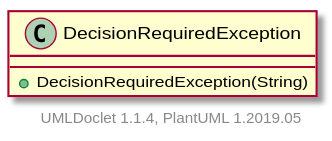
apache/jspwiki-site keeps this PlantUML diagram as apidocs/2.11.0.M8-SNAPSHOT/org/apache/wiki/workflow/DecisionRequiredException.svg. Above is the earlier version. The source it was exported from:
```plantuml
@startuml

    class DecisionRequiredException [[DecisionRequiredException.html]] {
        +DecisionRequiredException(String)
    }


    center footer UMLDoclet 1.1.4, PlantUML 1.2019.05
@enduml
```
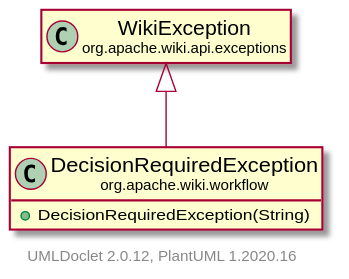
After the change.

The edit, as a diff of the source:
```diff
@@ -1,9 +1,15 @@
 @startuml
+    set namespaceSeparator none
+    hide empty fields
+    hide empty methods
 
-    class DecisionRequiredException [[DecisionRequiredException.html]] {
+    class "<size:14>DecisionRequiredException\n<size:10>org.apache.wiki.workflow" as org.apache.wiki.workflow.DecisionRequiredException [[DecisionRequiredException.html]] {
         +DecisionRequiredException(String)
     }
 
+    class "<size:14>WikiException\n<size:10>org.apache.wiki.api.exceptions" as org.apache.wiki.api.exceptions.WikiException [[../api/exceptions/WikiException.html]]
 
-    center footer UMLDoclet 1.1.4, PlantUML 1.2019.05
+    org.apache.wiki.api.exceptions.WikiException <|-- org.apache.wiki.workflow.DecisionRequiredException
+
+    center footer UMLDoclet 2.0.12, PlantUML 1.2020.16
 @enduml
```
